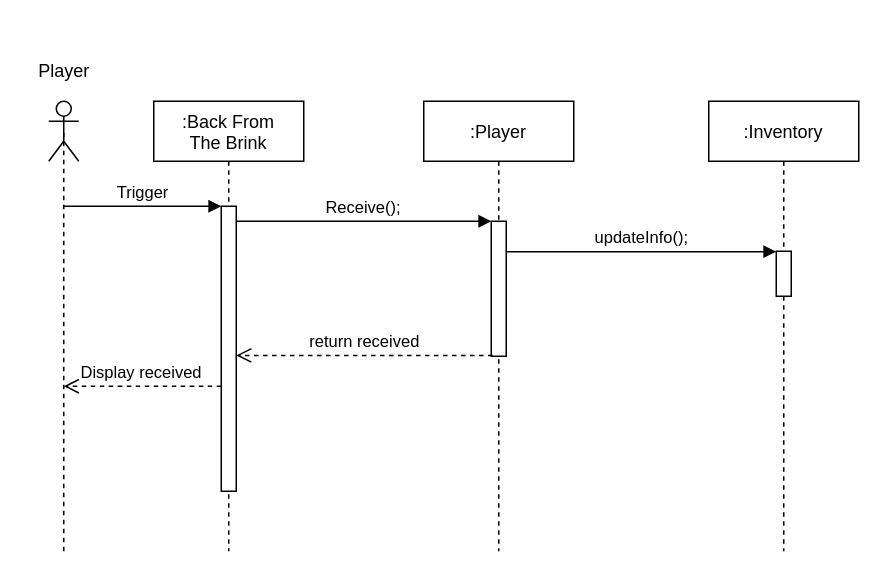
cmcgarry5/csc2058-2021-g25 keeps this draw.io diagram as Documentation/Sequence Diagrams/Update Player Information SD (draft).drawio. Above is the earlier version. Source tidied: cells renumbered, new cells numbered last; positions are measured from the earlier drawing's top-left corner, leaving out a move shared by most shapes. Both pictures are drawn from the tidied source at 150%, with x=0, y=0 at pixel (26, 56).
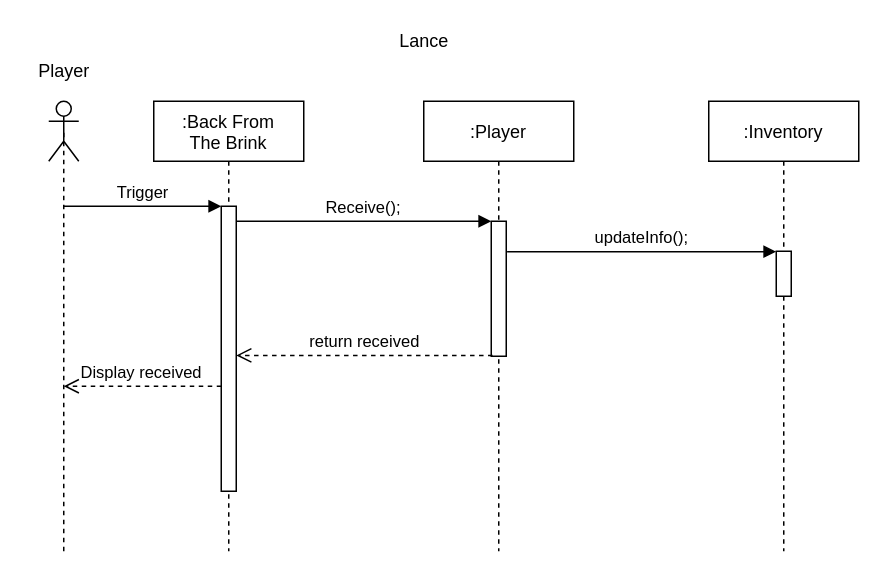
Above is the later version.

The edit, as a diff of the source:
```diff
@@
 <mxGraphModel>
   <root>
     <mxCell id="0" />
     <mxCell id="1" parent="0" />
     <mxCell id="2" value=":Back From&#10;The Brink" style="shape=umlLifeline;perimeter=lifelinePerimeter;rounded=0;shadow=0;strokeWidth=1;" parent="1" vertex="1">
       <mxGeometry x="85" y="30" width="100" height="300" as="geometry" />
     </mxCell>
     <mxCell id="3" style="points=[];perimeter=orthogonalPerimeter;rounded=0;shadow=0;strokeWidth=1;" parent="2" vertex="1">
       <mxGeometry x="45" y="70" width="10" height="190" as="geometry" />
     </mxCell>
     <mxCell id="4" value=":Player" style="shape=umlLifeline;perimeter=lifelinePerimeter;rounded=0;shadow=0;strokeWidth=1;" parent="1" vertex="1">
       <mxGeometry x="265" y="30" width="100" height="300" as="geometry" />
     </mxCell>
     <mxCell id="5" style="points=[];perimeter=orthogonalPerimeter;rounded=0;shadow=0;strokeWidth=1;" parent="4" vertex="1">
       <mxGeometry x="45" y="80" width="10" height="90" as="geometry" />
     </mxCell>
     <mxCell id="6" value="return received" style="verticalAlign=bottom;endArrow=open;dashed=1;endSize=8;exitX=0.086;exitY=0.994;shadow=0;strokeWidth=1;exitDx=0;exitDy=0;exitPerimeter=0;" parent="1" edge="1" source="5" target="3">
       <mxGeometry relative="1" as="geometry" />
     </mxCell>
     <mxCell id="7" value="Receive();" style="verticalAlign=bottom;endArrow=block;entryX=0;entryY=0;shadow=0;strokeWidth=1;" parent="1" edge="1" source="3" target="5">
       <mxGeometry relative="1" as="geometry" />
     </mxCell>
     <mxCell id="8" style="shape=umlActor;verticalLabelPosition=bottom;verticalAlign=top;html=1;" parent="1" vertex="1">
       <mxGeometry x="15" y="30" width="20" height="40" as="geometry" />
     </mxCell>
     <mxCell id="9" style="endArrow=none;dashed=1;html=1;entryX=0.5;entryY=0.5;entryDx=0;entryDy=0;entryPerimeter=0;" parent="1" edge="1" target="8">
       <mxGeometry relative="1" as="geometry">
         <mxPoint x="25" y="330" as="sourcePoint" />
       </mxGeometry>
     </mxCell>
     <mxCell id="10" value=":Inventory" style="shape=umlLifeline;perimeter=lifelinePerimeter;rounded=0;shadow=0;strokeWidth=1;" parent="1" vertex="1">
       <mxGeometry x="455" y="30" width="100" height="300" as="geometry" />
     </mxCell>
     <mxCell id="11" style="points=[];perimeter=orthogonalPerimeter;rounded=0;shadow=0;strokeWidth=1;" parent="10" vertex="1">
       <mxGeometry x="45" y="100" width="10" height="30" as="geometry" />
     </mxCell>
     <mxCell id="12" value="Trigger" style="verticalAlign=bottom;endArrow=block;shadow=0;strokeWidth=1;" parent="1" edge="1" target="3">
       <mxGeometry relative="1" as="geometry">
         <mxPoint x="25" y="100" as="sourcePoint" />
       </mxGeometry>
     </mxCell>
     <mxCell id="13" value="updateInfo();" style="verticalAlign=bottom;endArrow=block;shadow=0;strokeWidth=1;exitX=1.057;exitY=0.225;exitDx=0;exitDy=0;exitPerimeter=0;" parent="1" edge="1" source="5" target="11">
       <mxGeometry relative="1" as="geometry" />
     </mxCell>
     <mxCell id="14" value="Display received" style="verticalAlign=bottom;endArrow=open;dashed=1;endSize=8;shadow=0;strokeWidth=1;" parent="1" edge="1" source="3">
       <mxGeometry relative="1" as="geometry">
         <mxPoint x="25" y="220" as="targetPoint" />
       </mxGeometry>
     </mxCell>
     <mxCell id="15" value="Player" style="text;html=1;align=center;verticalAlign=middle;" parent="1" vertex="1">
       <mxGeometry width="50" height="20" as="geometry" />
     </mxCell>
+    <mxCell id="16" value="Lance" style="text;html=1;align=center;verticalAlign=middle;" parent="1" vertex="1">
+      <mxGeometry x="240" y="-20" width="50" height="20" as="geometry" />
+    </mxCell>
   </root>
 </mxGraphModel>
```
